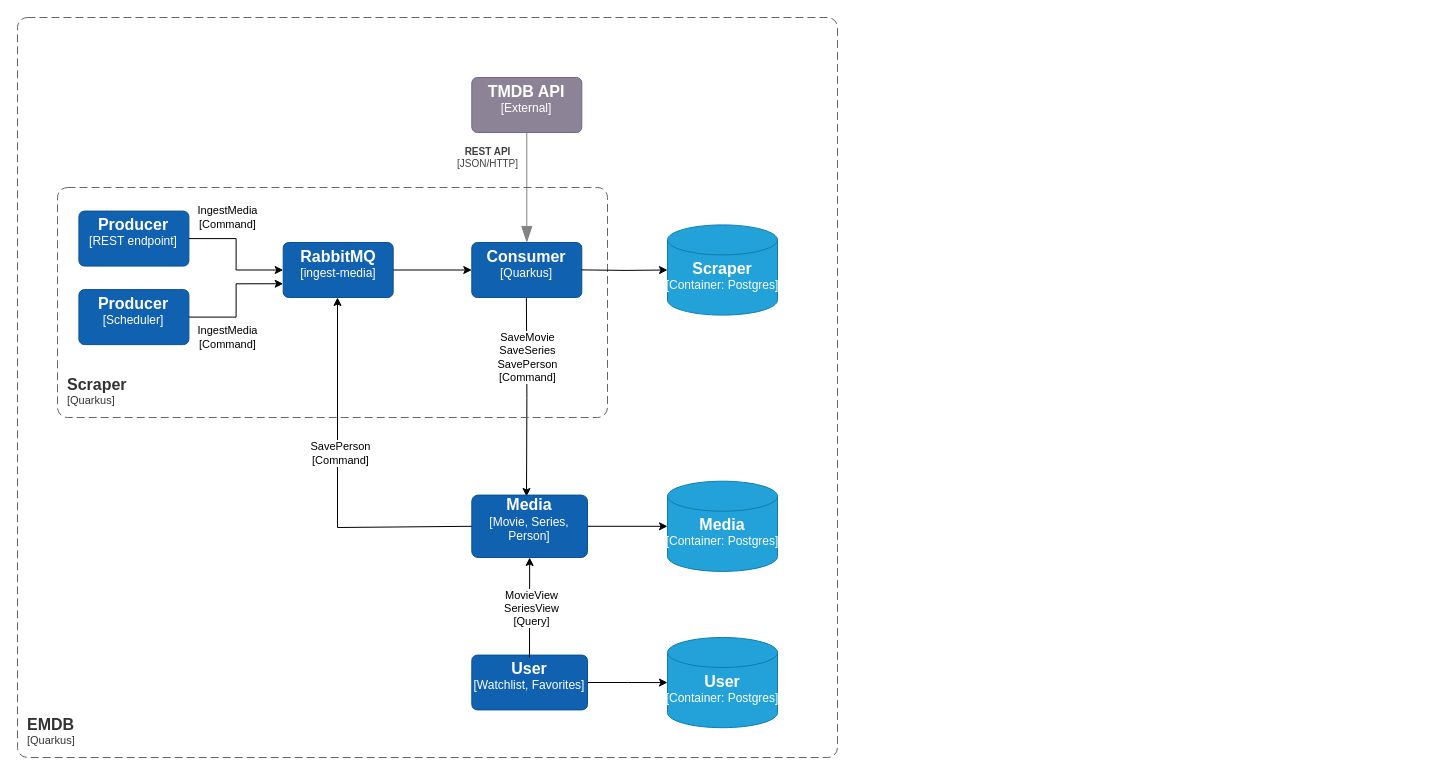
Above: emdb/doc/emdb4.drawio in douglase72/projects (draw.io), before the change. Source tidied: cells renumbered, new cells numbered last; positions are measured from the earlier drawing's top-left corner, leaving out a move shared by most shapes. Both pictures are drawn from the tidied source at 100%, with x=0, y=0 at pixel (17, 17).
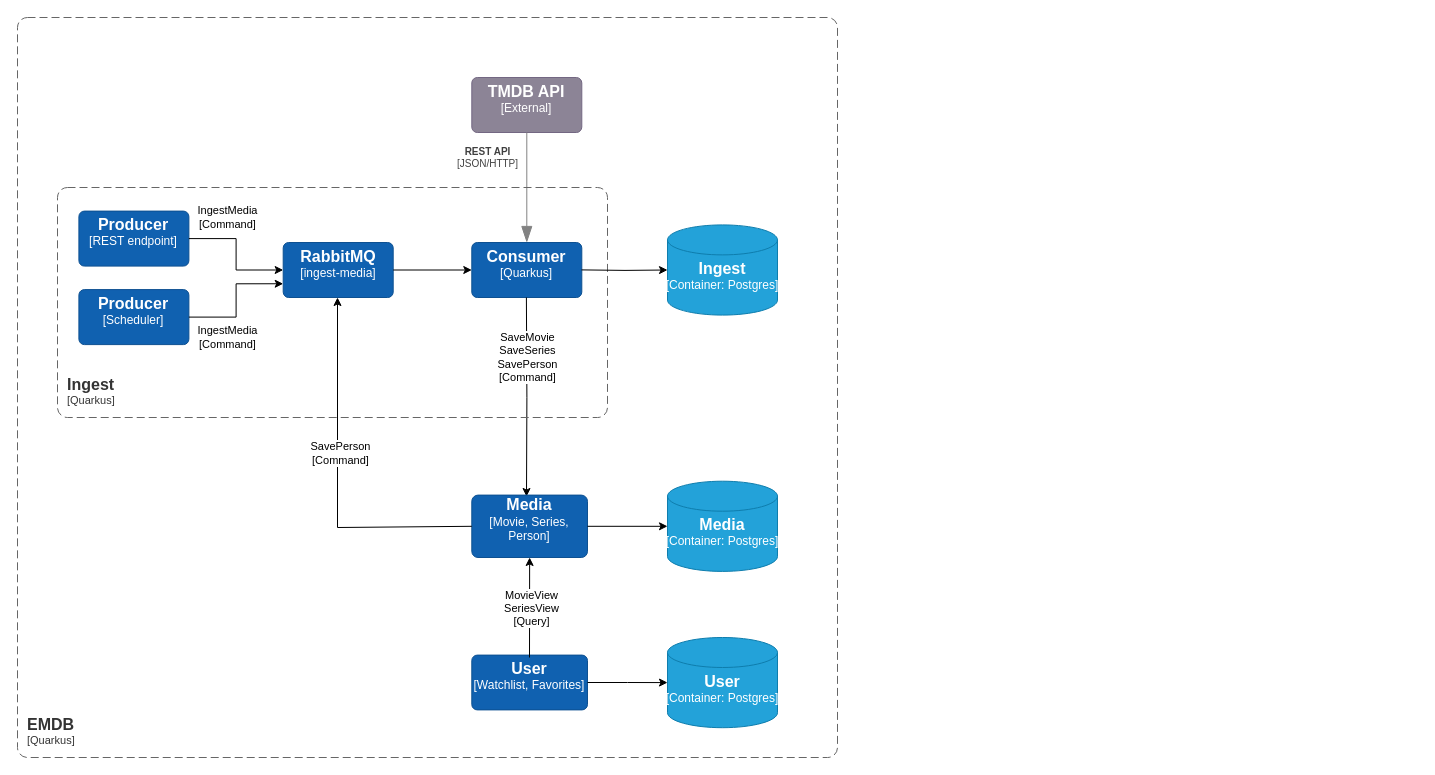
The same page after the edit.

Diff of the diagram source:
```diff
@@
-    <object id="23" label="&lt;font style=&quot;font-size: 16px&quot;&gt;&lt;b&gt;&lt;div style=&quot;text-align: left&quot;&gt;%c4Name%&lt;/div&gt;&lt;/b&gt;&lt;/font&gt;&lt;div style=&quot;text-align: left&quot;&gt;[%c4Application%]&lt;/div&gt;" c4Application="Quarkus" c4Name="Scraper" placeholders="1">
+    <object id="23" label="&lt;font style=&quot;font-size: 16px&quot;&gt;&lt;b&gt;&lt;div style=&quot;text-align: left&quot;&gt;%c4Name%&lt;/div&gt;&lt;/b&gt;&lt;/font&gt;&lt;div style=&quot;text-align: left&quot;&gt;[%c4Application%]&lt;/div&gt;" c4Application="Quarkus" c4Name="Ingest" placeholders="1">
       <mxCell style="rounded=1;fontSize=11;whiteSpace=wrap;html=1;dashed=1;arcSize=20;fillColor=none;strokeColor=#666666;fontColor=#333333;labelBackgroundColor=none;align=left;verticalAlign=bottom;labelBorderColor=none;spacingTop=0;spacing=10;dashPattern=8 4;perimeter=rectanglePerimeter;noLabel=0;labelPadding=0;absoluteArcSize=1;" parent="1" vertex="1">
         <mxGeometry x="40" y="170" width="550" height="230" as="geometry" />
       </mxCell>
     </object>
@@
-    <object id="25" label="&lt;font style=&quot;font-size: 16px&quot;&gt;&lt;b&gt;%c4Name%&lt;/b&gt;&lt;/font&gt;&lt;div&gt;[%c4Type%:&amp;nbsp;%c4Technology%]&lt;/div&gt;&lt;br&gt;&lt;div&gt;&lt;font style=&quot;font-size: 11px&quot;&gt;&lt;font color=&quot;#E6E6E6&quot;&gt;%c4Description%&lt;/font&gt;&lt;/div&gt;" c4Description="" c4Name="Scraper" c4Technology="Postgres" c4Type="Container" placeholders="1">
+    <object id="25" label="&lt;font style=&quot;font-size: 16px&quot;&gt;&lt;b&gt;%c4Name%&lt;/b&gt;&lt;/font&gt;&lt;div&gt;[%c4Type%:&amp;nbsp;%c4Technology%]&lt;/div&gt;&lt;br&gt;&lt;div&gt;&lt;font style=&quot;font-size: 11px&quot;&gt;&lt;font color=&quot;#E6E6E6&quot;&gt;%c4Description%&lt;/font&gt;&lt;/div&gt;" c4Description="" c4Name="Ingest" c4Technology="Postgres" c4Type="Container" placeholders="1">
       <mxCell style="shape=cylinder3;size=15;whiteSpace=wrap;html=1;boundedLbl=1;rounded=0;labelBackgroundColor=none;fillColor=light-dark(#23A2D9,#CCE5FF);fontSize=12;fontColor=#ffffff;align=center;strokeColor=light-dark(#0E7DAD,#000000);points=[[0.5,0,0],[1,0.25,0],[1,0.5,0],[1,0.75,0],[0.5,1,0],[0,0.75,0],[0,0.5,0],[0,0.25,0]];" parent="1" vertex="1">
         <mxGeometry x="650" y="207.4" width="110" height="90.2" as="geometry" />
       </mxCell>
     </object>
```
